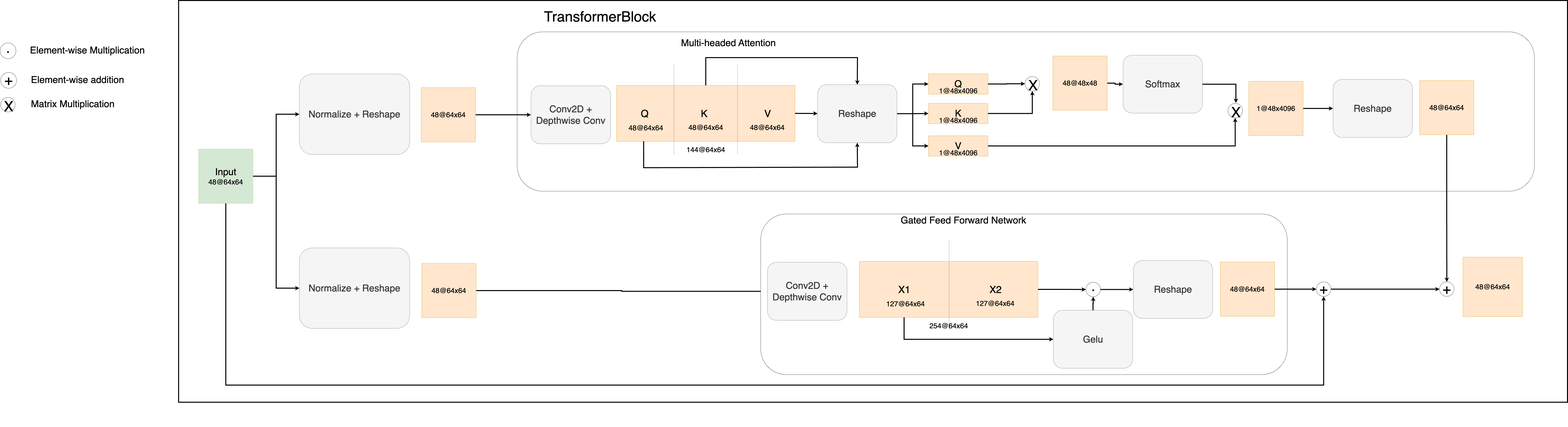
Before: paper/assets/architecture/TransformerBlock.png, a diagram exported from draw.io (mostafa-k-m/seasalt). Source tidied: cells renumbered, new cells last; positions are measured from the earlier drawing's top-left corner, leaving out a move shared by most shapes.
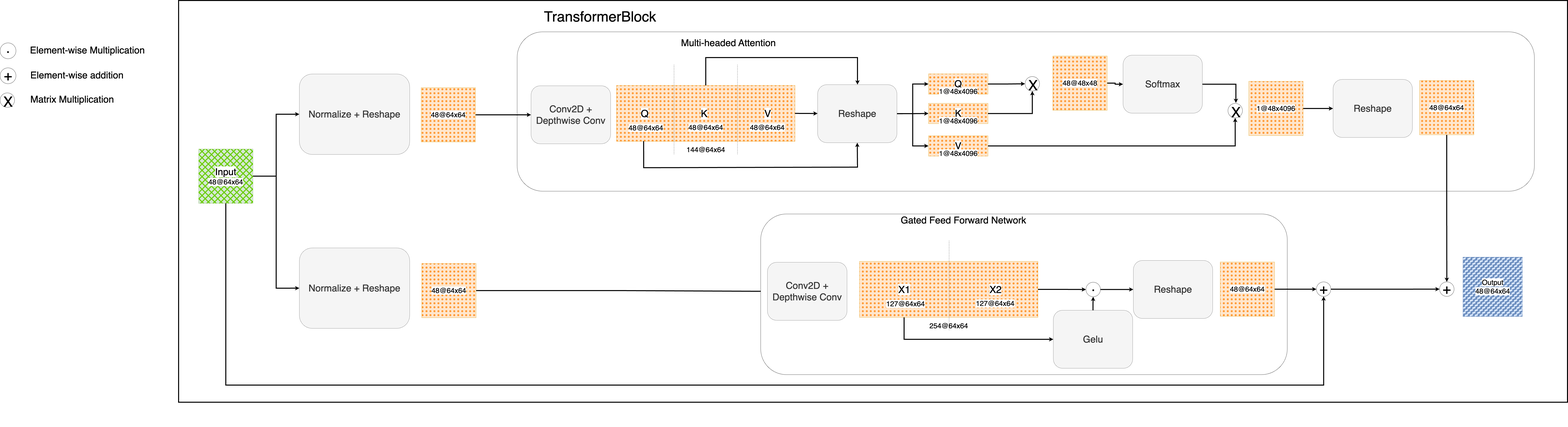
After the commit.

Change to the diagram source:
```````diff
@@ -3,7 +3,7 @@
     <mxCell id="0" />
     <mxCell id="1" parent="0" />
     <mxCell id="2" value="§" style="group;" parent="1" vertex="1">
-      <mxGeometry x="900" width="7003" height="2152" as="geometry" />
+      <mxGeometry x="903" y="23" width="7003" height="2152" as="geometry" />
     </mxCell>
     <mxCell id="3" value="``````" style="rounded=0;whiteSpace=wrap;html=1;glass=0;strokeWidth=5;" parent="2" vertex="1">
       <mxGeometry width="7003" height="2027.5" as="geometry" />
@@ -25,7 +25,7 @@
         </Array>
       </mxGeometry>
     </mxCell>
-    <mxCell id="8" value="&lt;div&gt;&lt;font style=&quot;font-size: 48px;&quot;&gt;Input&lt;/font&gt;&lt;/div&gt;&lt;font style=&quot;font-size: 36px;&quot;&gt;48@64x64&lt;/font&gt;" style="whiteSpace=wrap;html=1;fillColor=#D5E8D4;strokeColor=#97D077;" parent="2" vertex="1">
+    <mxCell id="8" value="&lt;div&gt;&lt;font style=&quot;font-size: 48px;&quot;&gt;Input&lt;/font&gt;&lt;/div&gt;&lt;font style=&quot;font-size: 36px;&quot;&gt;48@64x64&lt;/font&gt;" style="whiteSpace=wrap;html=1;fillColor=#d5e8d4;strokeColor=#82b366;" parent="2" vertex="1">
       <mxGeometry x="101" y="749.7" width="274" height="274" as="geometry" />
     </mxCell>
     <mxCell id="9" value="&lt;font style=&quot;font-size: 48px;&quot;&gt;Normalize + Reshape&lt;br&gt;&lt;/font&gt;" style="rounded=1;whiteSpace=wrap;html=1;fillColor=#f5f5f5;fontColor=#333333;strokeColor=#666666;arcSize=16;" parent="2" vertex="1">
@@ -64,6 +64,9 @@
     <mxCell id="20" style="rounded=0;whiteSpace=wrap;html=1;fillColor=#ffe6cc;strokeColor=#d79b00;" parent="19" vertex="1">
       <mxGeometry y="103.6" width="900" height="282.5" as="geometry" />
     </mxCell>
+    <mxCell id="100" style="rounded=0;whiteSpace=wrap;html=1;fillColor=#FF9933;strokeColor=none;fillStyle=dots;strokeWidth=10;" parent="19" vertex="1">
+      <mxGeometry y="103.6" width="900" height="282.5" as="geometry" />
+    </mxCell>
     <mxCell id="21" style="endArrow=none;dashed=1;html=1;dashPattern=1 3;strokeWidth=2;rounded=0;" parent="19" edge="1">
       <mxGeometry relative="1" as="geometry">
         <mxPoint x="610" as="sourcePoint" />
@@ -76,25 +79,25 @@
         <mxPoint x="290" y="452.1" as="targetPoint" />
       </mxGeometry>
     </mxCell>
-    <mxCell id="23" value="&lt;font face=&quot;Helvetica&quot; style=&quot;font-size: 50px; color: rgb(0, 0, 0);&quot;&gt;Q&lt;/font&gt;" style="text;html=1;strokeColor=none;fillColor=none;align=center;verticalAlign=middle;whiteSpace=wrap;rounded=0;fontSize=16;" parent="19" vertex="1">
+    <mxCell id="23" value="&lt;font face=&quot;Helvetica&quot; style=&quot;font-size: 50px; color: rgb(0, 0, 0); background-color: light-dark(#ffffff, var(--ge-dark-color, #121212));&quot;&gt;Q&lt;/font&gt;" style="text;html=1;strokeColor=none;fillColor=none;align=center;verticalAlign=middle;whiteSpace=wrap;rounded=0;fontSize=16;" parent="19" vertex="1">
       <mxGeometry x="80" y="230.7" width="125" height="28.3" as="geometry" />
     </mxCell>
-    <mxCell id="24" value="&lt;font face=&quot;Helvetica&quot; style=&quot;font-size: 50px; color: rgb(0, 0, 0);&quot;&gt;K&lt;/font&gt;" style="text;html=1;strokeColor=none;fillColor=none;align=center;verticalAlign=middle;whiteSpace=wrap;rounded=0;fontSize=16;" parent="19" vertex="1">
+    <mxCell id="24" value="&lt;font face=&quot;Helvetica&quot; style=&quot;font-size: 50px; color: rgb(0, 0, 0); background-color: light-dark(#ffffff, var(--ge-dark-color, #121212));&quot;&gt;K&lt;/font&gt;" style="text;html=1;strokeColor=none;fillColor=none;align=center;verticalAlign=middle;whiteSpace=wrap;rounded=0;fontSize=16;" parent="19" vertex="1">
       <mxGeometry x="380" y="230.7" width="125" height="28.3" as="geometry" />
     </mxCell>
-    <mxCell id="25" value="&lt;font face=&quot;Helvetica&quot; style=&quot;font-size: 50px; color: rgb(0, 0, 0);&quot;&gt;V&lt;/font&gt;" style="text;html=1;strokeColor=none;fillColor=none;align=center;verticalAlign=middle;whiteSpace=wrap;rounded=0;fontSize=16;" parent="19" vertex="1">
+    <mxCell id="25" value="&lt;font face=&quot;Helvetica&quot; style=&quot;font-size: 50px; color: rgb(0, 0, 0); background-color: light-dark(#ffffff, var(--ge-dark-color, #121212));&quot;&gt;V&lt;/font&gt;" style="text;html=1;strokeColor=none;fillColor=none;align=center;verticalAlign=middle;whiteSpace=wrap;rounded=0;fontSize=16;" parent="19" vertex="1">
       <mxGeometry x="700" y="230.7" width="125" height="28.3" as="geometry" />
     </mxCell>
     <mxCell id="26" value="&lt;font style=&quot;font-size: 36px;&quot;&gt;144@64x64&lt;/font&gt;" style="text;html=1;strokeColor=none;fillColor=none;align=center;verticalAlign=middle;whiteSpace=wrap;rounded=0;fontSize=20;" parent="19" vertex="1">
       <mxGeometry x="358.8" y="414.4" width="182.5" height="28.3" as="geometry" />
     </mxCell>
-    <mxCell id="27" value="&lt;div&gt;&lt;font style=&quot;font-size: 36px;&quot;&gt;48@64x64&lt;/font&gt;&lt;/div&gt;" style="text;html=1;strokeColor=none;fillColor=none;align=center;verticalAlign=middle;whiteSpace=wrap;rounded=0;fontSize=20;" parent="19" vertex="1">
+    <mxCell id="27" value="&lt;div&gt;&lt;font style=&quot;font-size: 36px; background-color: light-dark(#ffffff, var(--ge-dark-color, #121212));&quot;&gt;48@64x64&lt;/font&gt;&lt;/div&gt;" style="text;html=1;strokeColor=none;fillColor=none;align=center;verticalAlign=middle;whiteSpace=wrap;rounded=0;fontSize=20;" parent="19" vertex="1">
       <mxGeometry x="57" y="304.2" width="182.5" height="28.3" as="geometry" />
     </mxCell>
-    <mxCell id="28" value="&lt;div&gt;&lt;font style=&quot;font-size: 36px;&quot;&gt;48@64x64&lt;/font&gt;&lt;/div&gt;" style="text;html=1;strokeColor=none;fillColor=none;align=center;verticalAlign=middle;whiteSpace=wrap;rounded=0;fontSize=20;" parent="19" vertex="1">
+    <mxCell id="28" value="&lt;div&gt;&lt;font style=&quot;font-size: 36px; background-color: light-dark(#ffffff, var(--ge-dark-color, #121212));&quot;&gt;48@64x64&lt;/font&gt;&lt;/div&gt;" style="text;html=1;strokeColor=none;fillColor=none;align=center;verticalAlign=middle;whiteSpace=wrap;rounded=0;fontSize=20;" parent="19" vertex="1">
       <mxGeometry x="358.8" y="302.3" width="182.5" height="28.3" as="geometry" />
     </mxCell>
-    <mxCell id="29" value="&lt;div&gt;&lt;font style=&quot;font-size: 36px;&quot;&gt;48@64x64&lt;/font&gt;&lt;/div&gt;" style="text;html=1;strokeColor=none;fillColor=none;align=center;verticalAlign=middle;whiteSpace=wrap;rounded=0;fontSize=20;" parent="19" vertex="1">
+    <mxCell id="29" value="&lt;div&gt;&lt;font style=&quot;font-size: 36px; background-color: light-dark(#ffffff, var(--ge-dark-color, #121212));&quot;&gt;48@64x64&lt;/font&gt;&lt;/div&gt;" style="text;html=1;strokeColor=none;fillColor=none;align=center;verticalAlign=middle;whiteSpace=wrap;rounded=0;fontSize=20;" parent="19" vertex="1">
       <mxGeometry x="669" y="302.3" width="182.5" height="28.3" as="geometry" />
     </mxCell>
     <mxCell id="30" value="&lt;font style=&quot;font-size: 48px;&quot;&gt;Conv2D + Depthwise Conv&lt;br&gt;&lt;/font&gt;" style="rounded=1;whiteSpace=wrap;html=1;fillColor=#f5f5f5;fontColor=#333333;strokeColor=#666666;arcSize=16;" parent="2" vertex="1">
@@ -140,23 +143,32 @@
     <mxCell id="40" value="&lt;font style=&quot;font-size: 36px;&quot;&gt;1@48x4096&lt;/font&gt;" style="text;html=1;strokeColor=none;fillColor=none;align=center;verticalAlign=middle;whiteSpace=wrap;rounded=0;fontSize=20;" parent="38" vertex="1">
       <mxGeometry x="58.8" y="71.6" width="182.5" height="28.3" as="geometry" />
     </mxCell>
+    <mxCell id="101" value="&lt;font face=&quot;Helvetica&quot; style=&quot;font-size: 48px;&quot;&gt;&lt;span style=&quot;background-color: light-dark(#ffffff, var(--ge-dark-color, #121212));&quot;&gt;Q&lt;/span&gt;&lt;br&gt;&lt;/font&gt;" style="whiteSpace=wrap;html=1;fillColor=#FF9933;strokeColor=none;fillStyle=dots;strokeWidth=10;" parent="38" vertex="1">
+      <mxGeometry width="300" height="102.7" as="geometry" />
+    </mxCell>
+    <mxCell id="102" value="&lt;font style=&quot;font-size: 36px; background-color: light-dark(#ffffff, var(--ge-dark-color, #121212));&quot;&gt;1@48x4096&lt;/font&gt;" style="text;html=1;strokeColor=none;fillColor=none;align=center;verticalAlign=middle;whiteSpace=wrap;rounded=0;fontSize=20;" parent="38" vertex="1">
+      <mxGeometry x="58.8" y="74.6" width="182.5" height="28.3" as="geometry" />
+    </mxCell>
     <mxCell id="41" style="group;" parent="2" vertex="1">
       <mxGeometry x="3781" y="518.9" width="300" height="163.4" as="geometry" />
     </mxCell>
     <mxCell id="42" value="&lt;font face=&quot;Helvetica&quot; style=&quot;font-size: 48px;&quot;&gt;K&lt;br&gt;&lt;/font&gt;" style="whiteSpace=wrap;html=1;fillColor=#ffe6cc;strokeColor=#d79b00;" parent="41" vertex="1">
       <mxGeometry width="300" height="102.7" as="geometry" />
     </mxCell>
-    <mxCell id="43" value="&lt;font style=&quot;font-size: 36px;&quot;&gt;1@48x4096&lt;/font&gt;" style="text;html=1;strokeColor=none;fillColor=none;align=center;verticalAlign=middle;whiteSpace=wrap;rounded=0;fontSize=20;" parent="41" vertex="1">
-      <mxGeometry x="58.8" y="71.6" width="182.5" height="28.3" as="geometry" />
-    </mxCell>
+    <mxCell id="103" value="&lt;font face=&quot;Helvetica&quot; style=&quot;font-size: 48px;&quot;&gt;&lt;span style=&quot;background-color: light-dark(#ffffff, var(--ge-dark-color, #121212));&quot;&gt;K&lt;/span&gt;&lt;br&gt;&lt;/font&gt;" style="whiteSpace=wrap;html=1;fillColor=#FF9933;strokeColor=none;strokeWidth=10;fillStyle=dots;" parent="41" vertex="1">
+      <mxGeometry width="300" height="102.7" as="geometry" />
+    </mxCell>
     <mxCell id="44" style="group;" parent="2" vertex="1">
       <mxGeometry x="3781" y="682.8" width="300" height="102.7" as="geometry" />
     </mxCell>
     <mxCell id="45" value="&lt;font face=&quot;Helvetica&quot; style=&quot;font-size: 48px;&quot;&gt;V&lt;br&gt;&lt;/font&gt;" style="whiteSpace=wrap;html=1;fillColor=#ffe6cc;strokeColor=#d79b00;" parent="44" vertex="1">
       <mxGeometry width="300" height="102.7" as="geometry" />
     </mxCell>
+    <mxCell id="104" value="&lt;font face=&quot;Helvetica&quot; style=&quot;font-size: 48px;&quot;&gt;&lt;span style=&quot;background-color: light-dark(#ffffff, var(--ge-dark-color, #121212));&quot;&gt;V&lt;/span&gt;&lt;br&gt;&lt;/font&gt;" style="whiteSpace=wrap;html=1;fillColor=#FF9933;strokeColor=none;fillStyle=dots;strokeWidth=10;" parent="44" vertex="1">
+      <mxGeometry width="300" height="102.7" as="geometry" />
+    </mxCell>
-    <mxCell id="46" value="&lt;font style=&quot;font-size: 36px;&quot;&gt;1@48x4096&lt;/font&gt;" style="text;html=1;strokeColor=none;fillColor=none;align=center;verticalAlign=middle;whiteSpace=wrap;rounded=0;fontSize=20;" parent="44" vertex="1">
-      <mxGeometry x="58.8" y="71.6" width="182.5" height="28.3" as="geometry" />
+    <mxCell id="46" value="&lt;font style=&quot;font-size: 36px; background-color: light-dark(#ffffff, var(--ge-dark-color, #121212));&quot;&gt;1@48x4096&lt;/font&gt;" style="text;html=1;strokeColor=none;fillColor=none;align=center;verticalAlign=middle;whiteSpace=wrap;rounded=0;fontSize=20;" parent="44" vertex="1">
+      <mxGeometry x="58.8" y="74.6" width="182.5" height="28.3" as="geometry" />
     </mxCell>
     <mxCell id="47" style="edgeStyle=orthogonalEdgeStyle;rounded=0;jettySize=auto;html=1;entryX=0;entryY=0.5;entryDx=0;entryDy=0;strokeWidth=5;" parent="2" edge="1" source="39" target="50">
       <mxGeometry relative="1" as="geometry" />
@@ -219,19 +231,22 @@
         <mxPoint x="452" y="452.1" as="targetPoint" />
       </mxGeometry>
     </mxCell>
+    <mxCell id="105" style="rounded=0;whiteSpace=wrap;html=1;fillColor=#FF9933;strokeColor=none;fillStyle=dots;strokeWidth=10;" parent="62" vertex="1">
+      <mxGeometry y="103.6" width="900" height="282.5" as="geometry" />
+    </mxCell>
-    <mxCell id="65" value="&lt;font face=&quot;Helvetica&quot; style=&quot;font-size: 50px; color: rgb(0, 0, 0);&quot;&gt;X1&lt;/font&gt;" style="text;html=1;strokeColor=none;fillColor=none;align=center;verticalAlign=middle;whiteSpace=wrap;rounded=0;fontSize=16;" parent="62" vertex="1">
+    <mxCell id="65" value="&lt;font face=&quot;Helvetica&quot; style=&quot;font-size: 50px; color: rgb(0, 0, 0); background-color: light-dark(#ffffff, var(--ge-dark-color, #121212));&quot;&gt;X1&lt;/font&gt;" style="text;html=1;strokeColor=none;fillColor=none;align=center;verticalAlign=middle;whiteSpace=wrap;rounded=0;fontSize=16;" parent="62" vertex="1">
       <mxGeometry x="164" y="230.7" width="125" height="28.3" as="geometry" />
     </mxCell>
-    <mxCell id="66" value="&lt;font face=&quot;Helvetica&quot; style=&quot;font-size: 50px; color: rgb(0, 0, 0);&quot;&gt;X2&lt;/font&gt;" style="text;html=1;strokeColor=none;fillColor=none;align=center;verticalAlign=middle;whiteSpace=wrap;rounded=0;fontSize=16;" parent="62" vertex="1">
+    <mxCell id="66" value="&lt;font face=&quot;Helvetica&quot; style=&quot;font-size: 50px; color: rgb(0, 0, 0); background-color: light-dark(#ffffff, var(--ge-dark-color, #121212));&quot;&gt;X2&lt;/font&gt;" style="text;html=1;strokeColor=none;fillColor=none;align=center;verticalAlign=middle;whiteSpace=wrap;rounded=0;fontSize=16;" parent="62" vertex="1">
       <mxGeometry x="624" y="230.7" width="125" height="28.3" as="geometry" />
     </mxCell>
     <mxCell id="67" value="&lt;font style=&quot;font-size: 36px;&quot;&gt;254@64x64&lt;/font&gt;" style="text;html=1;strokeColor=none;fillColor=none;align=center;verticalAlign=middle;whiteSpace=wrap;rounded=0;fontSize=20;" parent="62" vertex="1">
       <mxGeometry x="358.8" y="414.4" width="182.5" height="28.3" as="geometry" />
     </mxCell>
-    <mxCell id="68" value="&lt;div&gt;&lt;font style=&quot;font-size: 36px;&quot;&gt;127@64x64&lt;/font&gt;&lt;/div&gt;" style="text;html=1;strokeColor=none;fillColor=none;align=center;verticalAlign=middle;whiteSpace=wrap;rounded=0;fontSize=20;" parent="62" vertex="1">
+    <mxCell id="68" value="&lt;div&gt;&lt;font style=&quot;font-size: 36px; background-color: light-dark(#ffffff, var(--ge-dark-color, #121212));&quot;&gt;127@64x64&lt;/font&gt;&lt;/div&gt;" style="text;html=1;strokeColor=none;fillColor=none;align=center;verticalAlign=middle;whiteSpace=wrap;rounded=0;fontSize=20;" parent="62" vertex="1">
       <mxGeometry x="141" y="304.2" width="182.5" height="28.3" as="geometry" />
     </mxCell>
-    <mxCell id="69" value="&lt;div&gt;&lt;font style=&quot;font-size: 36px;&quot;&gt;127@64x64&lt;/font&gt;&lt;/div&gt;" style="text;html=1;strokeColor=none;fillColor=none;align=center;verticalAlign=middle;whiteSpace=wrap;rounded=0;fontSize=20;" parent="62" vertex="1">
+    <mxCell id="69" value="&lt;div&gt;&lt;font style=&quot;font-size: 36px; background-color: light-dark(#ffffff, var(--ge-dark-color, #121212));&quot;&gt;127@64x64&lt;/font&gt;&lt;/div&gt;" style="text;html=1;strokeColor=none;fillColor=none;align=center;verticalAlign=middle;whiteSpace=wrap;rounded=0;fontSize=20;" parent="62" vertex="1">
       <mxGeometry x="593" y="302.3" width="182.5" height="28.3" as="geometry" />
     </mxCell>
     <mxCell id="70" value="&lt;font style=&quot;font-size: 48px;&quot;&gt;Conv2D + Depthwise Conv&lt;br&gt;&lt;/font&gt;" style="rounded=1;whiteSpace=wrap;html=1;fillColor=#f5f5f5;fontColor=#333333;strokeColor=#666666;arcSize=16;" parent="2" vertex="1">
@@ -267,7 +282,7 @@
     <mxCell id="80" value="&lt;font style=&quot;font-size: 72px;&quot;&gt;+&lt;/font&gt;" style="ellipse;whiteSpace=wrap;html=1;" parent="2" vertex="1">
       <mxGeometry x="6358" y="1420.2" width="73.1" height="73.1" as="geometry" />
     </mxCell>
-    <mxCell id="81" value="&lt;font style=&quot;font-size: 36px;&quot;&gt;48@64x64&lt;/font&gt;" style="whiteSpace=wrap;html=1;fillColor=#ffe6cc;strokeColor=#d79b00;" parent="2" vertex="1">
+    <mxCell id="81" value="&lt;div&gt;&lt;font style=&quot;font-size: 36px;&quot;&gt;Output&lt;/font&gt;&lt;/div&gt;&lt;font style=&quot;font-size: 36px;&quot;&gt;48@64x64&lt;/font&gt;" style="whiteSpace=wrap;html=1;fillColor=#dae8fc;strokeColor=#6c8ebf;" parent="2" vertex="1">
       <mxGeometry x="6475.5" y="1295" width="300" height="300" as="geometry" />
     </mxCell>
     <mxCell id="82" value="&lt;font style=&quot;font-size: 48px;&quot;&gt;Reshape&lt;/font&gt;" style="rounded=1;whiteSpace=wrap;html=1;fillColor=#f5f5f5;fontColor=#333333;strokeColor=#666666;arcSize=16;" parent="2" vertex="1">
@@ -291,8 +306,32 @@
     <mxCell id="88" style="edgeStyle=orthogonalEdgeStyle;rounded=0;jettySize=auto;html=1;exitX=1;exitY=0.5;exitDx=0;exitDy=0;entryX=0;entryY=0.5;entryDx=0;entryDy=0;strokeWidth=5;" parent="2" edge="1" source="76" target="85">
       <mxGeometry relative="1" as="geometry" />
     </mxCell>
+    <mxCell id="106" value="&lt;div&gt;&lt;font style=&quot;font-size: 48px; background-color: light-dark(#ffffff, var(--ge-dark-color, #121212));&quot;&gt;Input&lt;/font&gt;&lt;/div&gt;&lt;font style=&quot;font-size: 36px; background-color: light-dark(#ffffff, var(--ge-dark-color, #121212));&quot;&gt;48@64x64&lt;/font&gt;" style="whiteSpace=wrap;html=1;fillColor=#66CC00;strokeColor=none;strokeWidth=10;fillStyle=cross-hatch;" parent="2" vertex="1">
+      <mxGeometry x="101" y="749.5" width="274" height="274" as="geometry" />
+    </mxCell>
+    <mxCell id="107" value="&lt;font style=&quot;font-size: 36px; background-color: light-dark(#ffffff, var(--ge-dark-color, #121212));&quot;&gt;48@64x64&lt;/font&gt;" style="whiteSpace=wrap;html=1;fillColor=#FF9933;strokeColor=none;strokeWidth=10;fillStyle=dots;" parent="2" vertex="1">
+      <mxGeometry x="1223" y="439.7" width="274" height="274" as="geometry" />
+    </mxCell>
+    <mxCell id="108" value="&lt;font style=&quot;font-size: 36px; background-color: light-dark(#ffffff, var(--ge-dark-color, #121212));&quot;&gt;48@64x64&lt;/font&gt;" style="whiteSpace=wrap;html=1;fillColor=#FF9933;strokeColor=none;strokeWidth=10;fillStyle=dots;" parent="2" vertex="1">
+      <mxGeometry x="1226" y="1326.9" width="274" height="274" as="geometry" />
+    </mxCell>
+    <mxCell id="109" value="&lt;font style=&quot;font-size: 36px; background-color: light-dark(#ffffff, var(--ge-dark-color, #121212));&quot;&gt;48@48x48&lt;/font&gt;" style="whiteSpace=wrap;html=1;fillColor=#FF9933;strokeColor=none;strokeWidth=10;fillStyle=dots;" parent="2" vertex="1">
+      <mxGeometry x="4408" y="280.1" width="274" height="274" as="geometry" />
+    </mxCell>
+    <mxCell id="110" value="&lt;font style=&quot;font-size: 36px; background-color: light-dark(#ffffff, var(--ge-dark-color, #121212));&quot;&gt;1@48x4096&lt;/font&gt;" style="whiteSpace=wrap;html=1;fillColor=#FF9933;strokeColor=none;strokeWidth=10;fillStyle=dots;" parent="2" vertex="1">
+      <mxGeometry x="5396" y="407.7" width="274" height="274" as="geometry" />
+    </mxCell>
+    <mxCell id="111" value="&lt;div&gt;&lt;font style=&quot;font-size: 36px; background-color: light-dark(#ffffff, var(--ge-dark-color, #121212));&quot;&gt;Output&lt;/font&gt;&lt;/div&gt;&lt;font style=&quot;font-size: 36px; background-color: light-dark(#ffffff, var(--ge-dark-color, #121212));&quot;&gt;48@64x64&lt;/font&gt;" style="whiteSpace=wrap;html=1;fillColor=#6C8EBF;strokeColor=none;strokeWidth=5;fillStyle=zigzag-line;" parent="2" vertex="1">
+      <mxGeometry x="6475.5" y="1295" width="300" height="300" as="geometry" />
+    </mxCell>
+    <mxCell id="112" value="&lt;div&gt;&lt;font style=&quot;font-size: 36px; background-color: light-dark(#ffffff, var(--ge-dark-color, #121212));&quot;&gt;48@64x64&lt;/font&gt;&lt;/div&gt;" style="whiteSpace=wrap;html=1;fillColor=#FF9933;strokeColor=none;strokeWidth=10;fillStyle=dots;" parent="2" vertex="1">
+      <mxGeometry x="6257" y="403.9" width="274" height="274" as="geometry" />
+    </mxCell>
+    <mxCell id="113" value="&lt;div&gt;&lt;font style=&quot;font-size: 36px; background-color: light-dark(#ffffff, var(--ge-dark-color, #121212));&quot;&gt;48@64x64&lt;/font&gt;&lt;/div&gt;" style="whiteSpace=wrap;html=1;fillColor=#FF9933;strokeColor=none;strokeWidth=10;fillStyle=dots;" parent="2" vertex="1">
+      <mxGeometry x="5252" y="1319.6" width="274" height="274" as="geometry" />
+    </mxCell>
     <mxCell id="89" style="group;" parent="1" vertex="1">
-      <mxGeometry y="192" width="120" height="118" as="geometry" />
+      <mxGeometry x="3" y="215" width="120" height="118" as="geometry" />
     </mxCell>
     <mxCell id="90" style="group;" parent="89" vertex="1">
       <mxGeometry y="20" width="120" height="98" as="geometry" />
@@ -316,7 +355,7 @@
       <mxGeometry x="7" width="66" height="98" as="geometry" />
     </mxCell>
     <mxCell id="97" value="&lt;font style=&quot;font-size: 48px;&quot;&gt;Element-wise Multiplication&lt;/font&gt;" style="text;html=1;align=left;verticalAlign=middle;strokeColor=none;fillColor=none;" parent="1" vertex="1">
-      <mxGeometry x="149" y="216" width="597" height="70" as="geometry" />
+      <mxGeometry x="152" y="239" width="597" height="70" as="geometry" />
     </mxCell>
     <mxCell id="98" value="&lt;font style=&quot;font-size: 48px;&quot;&gt;Element-wise addition&lt;/font&gt;" style="text;html=1;align=left;verticalAlign=middle;strokeColor=none;fillColor=none;" parent="1" vertex="1">
       <mxGeometry x="154" y="365" width="488" height="70" as="geometry" />
@@ -324,5 +363,8 @@
     <mxCell id="99" value="&lt;font style=&quot;font-size: 48px;&quot;&gt;Matrix Multiplication&lt;/font&gt;" style="text;html=1;align=left;verticalAlign=middle;strokeColor=none;fillColor=none;" parent="1" vertex="1">
       <mxGeometry x="154" y="487" width="439" height="70" as="geometry" />
     </mxCell>
+    <mxCell id="43" value="&lt;font style=&quot;font-size: 36px; background-color: light-dark(#ffffff, var(--ge-dark-color, #121212));&quot;&gt;1@48x4096&lt;/font&gt;" style="text;html=1;strokeColor=none;fillColor=none;align=center;verticalAlign=middle;whiteSpace=wrap;rounded=0;fontSize=20;" parent="1" vertex="1">
+      <mxGeometry x="4742.8" y="616.5" width="182.5" height="28.3" as="geometry" />
+    </mxCell>
   </root>
 </mxGraphModel>
```````
